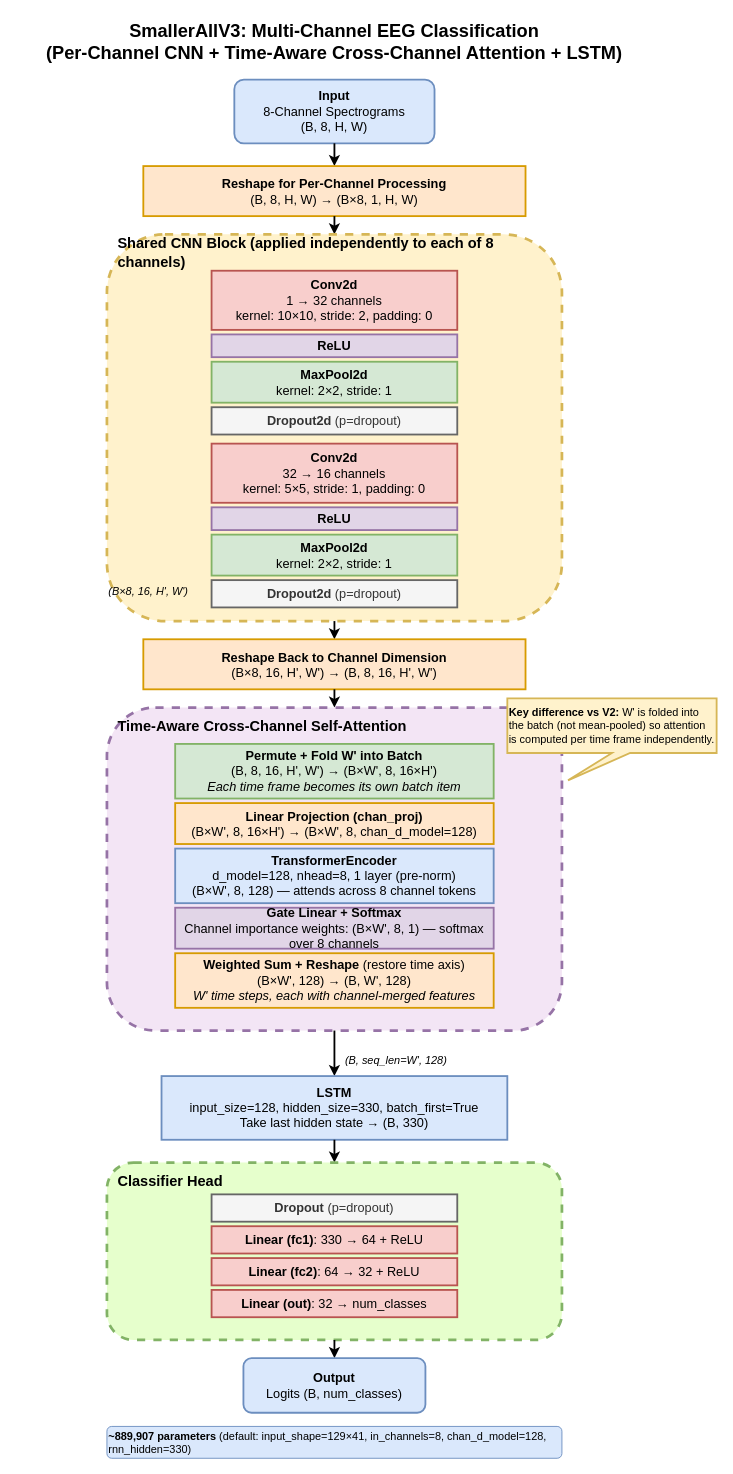
Earlier version of the draw.io diagram docs/architecture-diagrams/SmallerAllV3_architecture.drawio (mtichavsky/eeg). Source tidied: cells renumbered, new cells numbered last; positions are measured from the earlier drawing's top-left corner, leaving out a move shared by most shapes. Both pictures are drawn from the tidied source at 91%, with x=0, y=0 at pixel (15, 15).
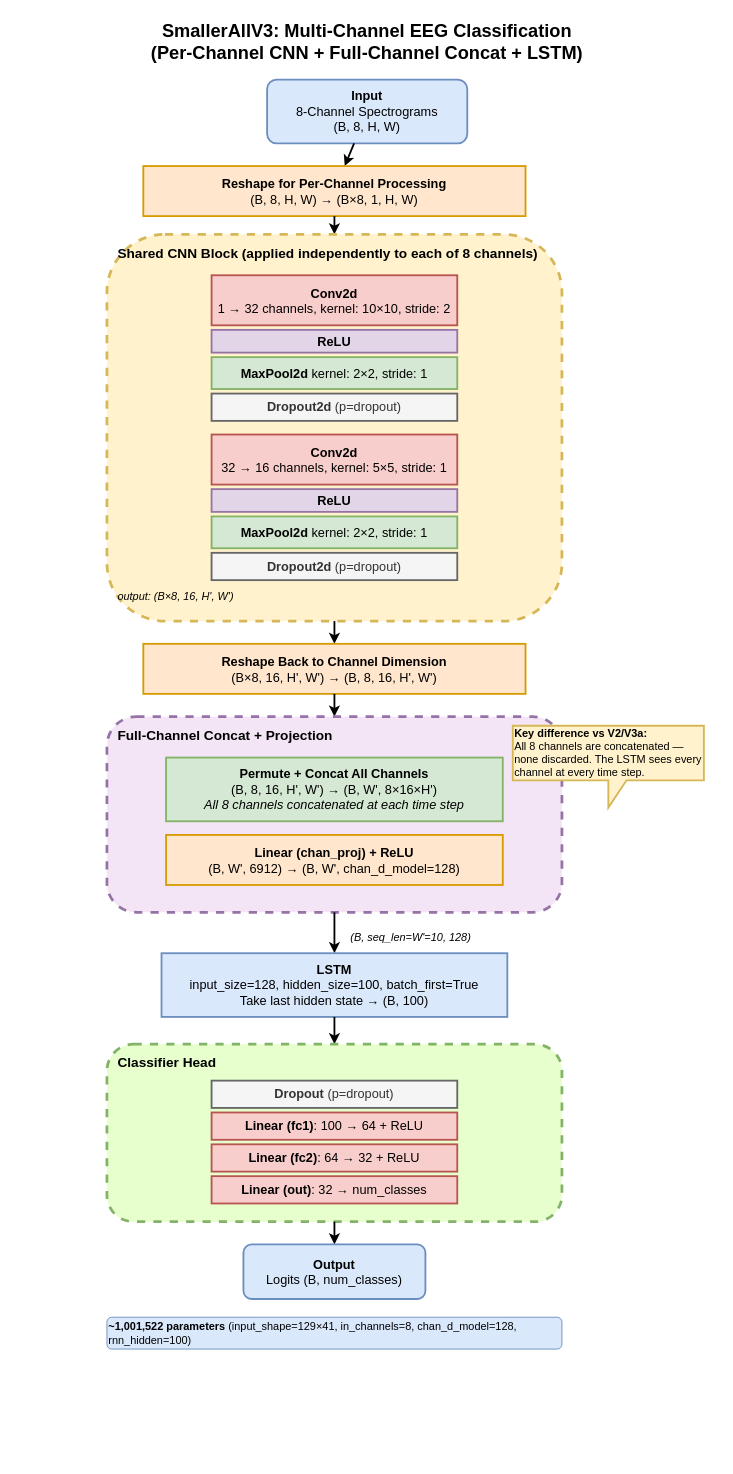
The same diagram, later.

Commit message (it also covers changes not shown here):
Add architecture diagrams and expand API docs

The change refers to these unchanged cells:
```xml
<mxCell id="5" value="&lt;font style=&quot;font-size: 14px;&quot;&gt;&lt;b&gt;Reshape for Per-Channel Processing&lt;/b&gt;&lt;br&gt;(B, 8, H, W) → (B×8, 1, H, W)&lt;/font&gt;" style="rounded=0;whiteSpace=wrap;html=1;fillColor=#ffe6cc;strokeColor=#d79b00;strokeWidth=2;" parent="1" vertex="1">
  <mxGeometry x="140" y="165" width="420" height="55" as="geometry" />
</mxCell>
```

The edit, as a diff of the source:
```diff
@@
-    <mxCell id="2" value="SmallerAllV3: Multi-Channel EEG Classification&lt;br&gt;(Per-Channel CNN + Time-Aware Cross-Channel Attention + LSTM)" style="text;html=1;strokeColor=none;fillColor=none;align=center;verticalAlign=middle;whiteSpace=wrap;rounded=0;fontSize=20;fontStyle=1;" parent="1" vertex="1">
-      <mxGeometry width="700" height="55" as="geometry" />
+    <mxCell id="2" value="SmallerAllV3: Multi-Channel EEG Classification&lt;br&gt;(Per-Channel CNN + Full-Channel Concat + LSTM)" style="text;html=1;strokeColor=none;fillColor=none;align=center;verticalAlign=middle;whiteSpace=wrap;rounded=0;fontSize=20;fontStyle=1;" parent="1" vertex="1">
+      <mxGeometry x="36" width="700" height="55" as="geometry" />
     </mxCell>
-    <mxCell id="3" value="&lt;font style=&quot;font-size: 14px;&quot;&gt;&lt;b&gt;Input&lt;/b&gt;&lt;br&gt;8-Channel Spectrograms&lt;br&gt;(B, 8, H, W)&lt;/font&gt;" style="rounded=1;whiteSpace=wrap;html=1;fillColor=#dae8fc;strokeColor=#6c8ebf;strokeWidth=2;" parent="1" vertex="1">
-      <mxGeometry x="240" y="70" width="220" height="70" as="geometry" />
+    <mxCell id="3" value="&lt;b&gt;&lt;font style=&quot;font-size: 14px;&quot;&gt;Input&lt;/font&gt;&lt;/b&gt;&lt;br&gt;&lt;font style=&quot;font-size: 14px;&quot;&gt;8-Channel Spectrograms&lt;br&gt;(B, 8, H, W)&lt;/font&gt;" style="rounded=1;whiteSpace=wrap;html=1;fillColor=#dae8fc;strokeColor=#6c8ebf;strokeWidth=2;" parent="1" vertex="1">
+      <mxGeometry x="276" y="70" width="220" height="70" as="geometry" />
     </mxCell>
-    <mxCell id="4" style="endArrow=classic;html=1;strokeWidth=2;exitX=0.5;exitY=1;exitDx=0;exitDy=0;entryX=0.5;entryY=0;entryDx=0;entryDy=0;" parent="1" edge="1" source="3" target="5">
+    <mxCell id="4" style="endArrow=classic;html=1;strokeWidth=2;" parent="1" edge="1" source="3" target="5">
       <mxGeometry relative="1" as="geometry" />
     </mxCell>
@@
-    <mxCell id="6" style="endArrow=classic;html=1;strokeWidth=2;exitX=0.5;exitY=1;exitDx=0;exitDy=0;entryX=0.5;entryY=0;entryDx=0;entryDy=0;" parent="1" edge="1" source="5" target="7">
+    <mxCell id="6" style="endArrow=classic;html=1;strokeWidth=2;" parent="1" edge="1" source="5" target="7">
       <mxGeometry relative="1" as="geometry" />
     </mxCell>
-    <mxCell id="7" style="rounded=1;whiteSpace=wrap;html=1;fillColor=#fff2cc;strokeColor=#d6b656;strokeWidth=3;dashed=1;" parent="1" vertex="1">
+    <mxCell id="7" style="rounded=1;whiteSpace=wrap;html=1;fillColor=#fff2cc;strokeColor=#d6b656;strokeWidth=3;dashed=1;verticalAlign=top;" parent="1" vertex="1">
       <mxGeometry x="100" y="240" width="500" height="425" as="geometry" />
     </mxCell>
-    <mxCell id="8" value="&lt;b style=&quot;font-size: 16px;&quot;&gt;Shared CNN Block (applied independently to each of 8 channels)&lt;/b&gt;" style="text;html=1;strokeColor=none;fillColor=none;align=left;verticalAlign=middle;whiteSpace=wrap;rounded=0;fontSize=16;" parent="1" vertex="1">
-      <mxGeometry x="110" y="245" width="470" height="30" as="geometry" />
+    <mxCell id="8" value="Shared CNN Block (applied independently to each of 8 channels)" style="text;html=1;strokeColor=none;fillColor=none;align=left;verticalAlign=middle;whiteSpace=wrap;rounded=0;fontSize=15;fontStyle=1;" parent="7" vertex="1">
+      <mxGeometry x="10" y="5" width="480" height="30" as="geometry" />
     </mxCell>
-    <mxCell id="9" value="&lt;font style=&quot;font-size: 14px;&quot;&gt;&lt;b&gt;Conv2d&lt;/b&gt;&lt;br&gt;1 → 32 channels&lt;br&gt;kernel: 10×10, stride: 2, padding: 0&lt;/font&gt;" style="rounded=0;whiteSpace=wrap;html=1;fillColor=#f8cecc;strokeColor=#b85450;strokeWidth=2;" parent="1" vertex="1">
-      <mxGeometry x="215" y="280" width="270" height="65" as="geometry" />
+    <mxCell id="9" value="&lt;font style=&quot;font-size: 14px;&quot;&gt;&lt;b&gt;Conv2d&lt;/b&gt;&lt;br&gt;1 → 32 channels, kernel: 10×10, stride: 2&lt;/font&gt;" style="rounded=0;whiteSpace=wrap;html=1;fillColor=#f8cecc;strokeColor=#b85450;strokeWidth=2;" parent="7" vertex="1">
+      <mxGeometry x="115" y="45" width="270" height="55" as="geometry" />
     </mxCell>
-    <mxCell id="10" value="&lt;font style=&quot;font-size: 14px;&quot;&gt;&lt;b&gt;ReLU&lt;/b&gt;&lt;/font&gt;" style="rounded=0;whiteSpace=wrap;html=1;fillColor=#e1d5e7;strokeColor=#9673a6;strokeWidth=2;" parent="1" vertex="1">
-      <mxGeometry x="215" y="350" width="270" height="25" as="geometry" />
+    <mxCell id="10" value="&lt;font style=&quot;font-size: 14px;&quot;&gt;&lt;b&gt;ReLU&lt;/b&gt;&lt;/font&gt;" style="rounded=0;whiteSpace=wrap;html=1;fillColor=#e1d5e7;strokeColor=#9673a6;strokeWidth=2;" parent="7" vertex="1">
+      <mxGeometry x="115" y="105" width="270" height="25" as="geometry" />
     </mxCell>
-    <mxCell id="11" value="&lt;font style=&quot;font-size: 14px;&quot;&gt;&lt;b&gt;MaxPool2d&lt;/b&gt;&lt;br&gt;kernel: 2×2, stride: 1&lt;/font&gt;" style="rounded=0;whiteSpace=wrap;html=1;fillColor=#d5e8d4;strokeColor=#82b366;strokeWidth=2;" parent="1" vertex="1">
-      <mxGeometry x="215" y="380" width="270" height="45" as="geometry" />
+    <mxCell id="11" value="&lt;font style=&quot;font-size: 14px;&quot;&gt;&lt;b&gt;MaxPool2d&lt;/b&gt; kernel: 2×2, stride: 1&lt;/font&gt;" style="rounded=0;whiteSpace=wrap;html=1;fillColor=#d5e8d4;strokeColor=#82b366;strokeWidth=2;" parent="7" vertex="1">
+      <mxGeometry x="115" y="135" width="270" height="35" as="geometry" />
     </mxCell>
-    <mxCell id="12" value="&lt;font style=&quot;font-size: 14px;&quot;&gt;&lt;b&gt;Dropout2d&lt;/b&gt; (p=dropout)&lt;/font&gt;" style="rounded=0;whiteSpace=wrap;html=1;fillColor=#f5f5f5;strokeColor=#666666;strokeWidth=2;fontColor=#333333;" parent="1" vertex="1">
-      <mxGeometry x="215" y="430" width="270" height="30" as="geometry" />
+    <mxCell id="12" value="&lt;font style=&quot;font-size: 14px;&quot;&gt;&lt;b&gt;Dropout2d&lt;/b&gt; (p=dropout)&lt;/font&gt;" style="rounded=0;whiteSpace=wrap;html=1;fillColor=#f5f5f5;strokeColor=#666666;strokeWidth=2;fontColor=#333333;" parent="7" vertex="1">
+      <mxGeometry x="115" y="175" width="270" height="30" as="geometry" />
     </mxCell>
-    <mxCell id="13" value="&lt;font style=&quot;font-size: 14px;&quot;&gt;&lt;b&gt;Conv2d&lt;/b&gt;&lt;br&gt;32 → 16 channels&lt;br&gt;kernel: 5×5, stride: 1, padding: 0&lt;/font&gt;" style="rounded=0;whiteSpace=wrap;html=1;fillColor=#f8cecc;strokeColor=#b85450;strokeWidth=2;" parent="1" vertex="1">
-      <mxGeometry x="215" y="470" width="270" height="65" as="geometry" />
+    <mxCell id="13" value="&lt;font style=&quot;font-size: 14px;&quot;&gt;&lt;b&gt;Conv2d&lt;/b&gt;&lt;br&gt;32 → 16 channels, kernel: 5×5, stride: 1&lt;/font&gt;" style="rounded=0;whiteSpace=wrap;html=1;fillColor=#f8cecc;strokeColor=#b85450;strokeWidth=2;" parent="7" vertex="1">
+      <mxGeometry x="115" y="220" width="270" height="55" as="geometry" />
     </mxCell>
-    <mxCell id="14" value="&lt;font style=&quot;font-size: 14px;&quot;&gt;&lt;b&gt;ReLU&lt;/b&gt;&lt;/font&gt;" style="rounded=0;whiteSpace=wrap;html=1;fillColor=#e1d5e7;strokeColor=#9673a6;strokeWidth=2;" parent="1" vertex="1">
-      <mxGeometry x="215" y="540" width="270" height="25" as="geometry" />
+    <mxCell id="14" value="&lt;font style=&quot;font-size: 14px;&quot;&gt;&lt;b&gt;ReLU&lt;/b&gt;&lt;/font&gt;" style="rounded=0;whiteSpace=wrap;html=1;fillColor=#e1d5e7;strokeColor=#9673a6;strokeWidth=2;" parent="7" vertex="1">
+      <mxGeometry x="115" y="280" width="270" height="25" as="geometry" />
     </mxCell>
-    <mxCell id="15" value="&lt;font style=&quot;font-size: 14px;&quot;&gt;&lt;b&gt;MaxPool2d&lt;/b&gt;&lt;br&gt;kernel: 2×2, stride: 1&lt;/font&gt;" style="rounded=0;whiteSpace=wrap;html=1;fillColor=#d5e8d4;strokeColor=#82b366;strokeWidth=2;" parent="1" vertex="1">
-      <mxGeometry x="215" y="570" width="270" height="45" as="geometry" />
+    <mxCell id="15" value="&lt;font style=&quot;font-size: 14px;&quot;&gt;&lt;b&gt;MaxPool2d&lt;/b&gt; kernel: 2×2, stride: 1&lt;/font&gt;" style="rounded=0;whiteSpace=wrap;html=1;fillColor=#d5e8d4;strokeColor=#82b366;strokeWidth=2;" parent="7" vertex="1">
+      <mxGeometry x="115" y="310" width="270" height="35" as="geometry" />
     </mxCell>
-    <mxCell id="16" value="&lt;font style=&quot;font-size: 14px;&quot;&gt;&lt;b&gt;Dropout2d&lt;/b&gt; (p=dropout)&lt;/font&gt;" style="rounded=0;whiteSpace=wrap;html=1;fillColor=#f5f5f5;strokeColor=#666666;strokeWidth=2;fontColor=#333333;" parent="1" vertex="1">
-      <mxGeometry x="215" y="620" width="270" height="30" as="geometry" />
+    <mxCell id="16" value="&lt;font style=&quot;font-size: 14px;&quot;&gt;&lt;b&gt;Dropout2d&lt;/b&gt; (p=dropout)&lt;/font&gt;" style="rounded=0;whiteSpace=wrap;html=1;fillColor=#f5f5f5;strokeColor=#666666;strokeWidth=2;fontColor=#333333;" parent="7" vertex="1">
+      <mxGeometry x="115" y="350" width="270" height="30" as="geometry" />
     </mxCell>
-    <mxCell id="17" value="&lt;font style=&quot;font-size: 12px;&quot;&gt;&lt;i&gt;(B×8, 16, H', W')&lt;/i&gt;&lt;/font&gt;" style="text;html=1;strokeColor=none;fillColor=none;align=left;verticalAlign=middle;whiteSpace=wrap;rounded=0;" parent="1" vertex="1">
-      <mxGeometry x="100" y="620" width="120" height="25" as="geometry" />
+    <mxCell id="17" value="&lt;i&gt;&lt;font style=&quot;font-size: 12px;&quot;&gt;output: (B×8, 16, H', W')&lt;/font&gt;&lt;/i&gt;" style="text;html=1;strokeColor=none;fillColor=none;align=left;verticalAlign=middle;whiteSpace=wrap;rounded=0;" parent="7" vertex="1">
+      <mxGeometry x="10" y="385" width="180" height="25" as="geometry" />
     </mxCell>
-    <mxCell id="18" style="endArrow=classic;html=1;strokeWidth=2;exitX=0.5;exitY=1;exitDx=0;exitDy=0;entryX=0.5;entryY=0;entryDx=0;entryDy=0;" parent="1" edge="1" source="7" target="19">
+    <mxCell id="18" style="endArrow=classic;html=1;strokeWidth=2;" parent="1" edge="1" source="7" target="19">
       <mxGeometry relative="1" as="geometry" />
     </mxCell>
     <mxCell id="19" value="&lt;font style=&quot;font-size: 14px;&quot;&gt;&lt;b&gt;Reshape Back to Channel Dimension&lt;/b&gt;&lt;br&gt;(B×8, 16, H', W') → (B, 8, 16, H', W')&lt;/font&gt;" style="rounded=0;whiteSpace=wrap;html=1;fillColor=#ffe6cc;strokeColor=#d79b00;strokeWidth=2;" parent="1" vertex="1">
-      <mxGeometry x="140" y="685" width="420" height="55" as="geometry" />
+      <mxGeometry x="140" y="690" width="420" height="55" as="geometry" />
     </mxCell>
-    <mxCell id="20" style="endArrow=classic;html=1;strokeWidth=2;exitX=0.5;exitY=1;exitDx=0;exitDy=0;entryX=0.5;entryY=0;entryDx=0;entryDy=0;" parent="1" edge="1" source="19" target="21">
+    <mxCell id="20" style="endArrow=classic;html=1;strokeWidth=2;" parent="1" edge="1" source="19" target="42">
       <mxGeometry relative="1" as="geometry" />
     </mxCell>
-    <mxCell id="21" style="rounded=1;whiteSpace=wrap;html=1;fillColor=#f3e5f5;strokeColor=#9673a6;strokeWidth=3;dashed=1;" parent="1" vertex="1">
-      <mxGeometry x="100" y="760" width="500" height="355" as="geometry" />
-    </mxCell>
-    <mxCell id="22" value="&lt;b style=&quot;font-size: 16px;&quot;&gt;Time-Aware Cross-Channel Self-Attention&lt;/b&gt;" style="text;html=1;strokeColor=none;fillColor=none;align=left;verticalAlign=middle;whiteSpace=wrap;rounded=0;fontSize=16;" parent="1" vertex="1">
-      <mxGeometry x="110" y="765" width="400" height="30" as="geometry" />
-    </mxCell>
-    <mxCell id="23" value="&lt;b&gt;Key difference vs V2:&lt;/b&gt; W' is folded into&lt;br&gt;the batch (not mean-pooled) so attention&lt;br&gt;is computed per time frame independently." style="shape=callout;whiteSpace=wrap;html=1;fillColor=#fff2cc;strokeColor=#d6b656;strokeWidth=2;fontSize=12;align=left;position2=0.29;" parent="1" vertex="1">
-      <mxGeometry x="540" y="750" width="230" height="90" as="geometry" />
-    </mxCell>
-    <mxCell id="24" value="&lt;font style=&quot;font-size: 14px;&quot;&gt;&lt;b&gt;Permute + Fold W' into Batch&lt;/b&gt;&lt;br&gt;(B, 8, 16, H', W') → (B×W', 8, 16×H')&lt;br&gt;&lt;i&gt;Each time frame becomes its own batch item&lt;/i&gt;&lt;/font&gt;" style="rounded=0;whiteSpace=wrap;html=1;fillColor=#d5e8d4;strokeColor=#82b366;strokeWidth=2;" parent="1" vertex="1">
-      <mxGeometry x="175" y="800" width="350" height="60" as="geometry" />
-    </mxCell>
-    <mxCell id="25" value="&lt;font style=&quot;font-size: 14px;&quot;&gt;&lt;b&gt;Linear Projection (chan_proj)&lt;/b&gt;&lt;br&gt;(B×W', 8, 16×H') → (B×W', 8, chan_d_model=128)&lt;/font&gt;" style="rounded=0;whiteSpace=wrap;html=1;fillColor=#ffe6cc;strokeColor=#d79b00;strokeWidth=2;" parent="1" vertex="1">
-      <mxGeometry x="175" y="865" width="350" height="45" as="geometry" />
-    </mxCell>
-    <mxCell id="26" value="&lt;font style=&quot;font-size: 14px;&quot;&gt;&lt;b&gt;TransformerEncoder&lt;/b&gt;&lt;br&gt;d_model=128, nhead=8, 1 layer (pre-norm)&lt;br&gt;(B×W', 8, 128)  — attends across 8 channel tokens&lt;/font&gt;" style="rounded=0;whiteSpace=wrap;html=1;fillColor=#dae8fc;strokeColor=#6c8ebf;strokeWidth=2;" parent="1" vertex="1">
-      <mxGeometry x="175" y="915" width="350" height="60" as="geometry" />
-    </mxCell>
-    <mxCell id="27" value="&lt;font style=&quot;font-size: 14px;&quot;&gt;&lt;b&gt;Gate Linear + Softmax&lt;/b&gt;&lt;br&gt;Channel importance weights: (B×W', 8, 1) — softmax over 8 channels&lt;/font&gt;" style="rounded=0;whiteSpace=wrap;html=1;fillColor=#e1d5e7;strokeColor=#9673a6;strokeWidth=2;" parent="1" vertex="1">
-      <mxGeometry x="175" y="980" width="350" height="45" as="geometry" />
-    </mxCell>
-    <mxCell id="28" value="&lt;font style=&quot;font-size: 14px;&quot;&gt;&lt;b&gt;Weighted Sum + Reshape&lt;/b&gt; (restore time axis)&lt;br&gt;(B×W', 128) → (B, W', 128)&lt;br&gt;&lt;i&gt;W' time steps, each with channel-merged features&lt;/i&gt;&lt;/font&gt;" style="rounded=0;whiteSpace=wrap;html=1;fillColor=#ffe6cc;strokeColor=#d79b00;strokeWidth=2;" parent="1" vertex="1">
-      <mxGeometry x="175" y="1030" width="350" height="60" as="geometry" />
-    </mxCell>
+    <mxCell id="42" style="rounded=1;whiteSpace=wrap;html=1;fillColor=#f3e5f5;strokeColor=#9673a6;strokeWidth=3;dashed=1;" parent="1" vertex="1">
+      <mxGeometry x="100" y="770" width="500" height="215" as="geometry" />
+    </mxCell>
+    <mxCell id="43" value="Full-Channel Concat + Projection" style="text;html=1;strokeColor=none;fillColor=none;align=left;verticalAlign=middle;whiteSpace=wrap;rounded=0;fontSize=15;fontStyle=1;" parent="42" vertex="1">
+      <mxGeometry x="10" y="5" width="380" height="30" as="geometry" />
+    </mxCell>
+    <mxCell id="44" value="&lt;font style=&quot;font-size: 14px;&quot;&gt;&lt;b&gt;Permute + Concat All Channels&lt;/b&gt;&lt;br&gt;(B, 8, 16, H', W') → (B, W', 8×16×H')&lt;br&gt;&lt;i&gt;All 8 channels concatenated at each time step&lt;/i&gt;&lt;/font&gt;" style="rounded=0;whiteSpace=wrap;html=1;fillColor=#d5e8d4;strokeColor=#82b366;strokeWidth=2;" parent="42" vertex="1">
+      <mxGeometry x="65" y="45" width="370" height="70" as="geometry" />
+    </mxCell>
+    <mxCell id="45" value="&lt;font style=&quot;font-size: 14px;&quot;&gt;&lt;b&gt;Linear (chan_proj) + ReLU&lt;/b&gt;&lt;br&gt;(B, W', 6912) → (B, W', chan_d_model=128)&lt;/font&gt;" style="rounded=0;whiteSpace=wrap;html=1;fillColor=#ffe6cc;strokeColor=#d79b00;strokeWidth=2;" parent="42" vertex="1">
+      <mxGeometry x="65" y="130" width="370" height="55" as="geometry" />
+    </mxCell>
+    <mxCell id="46" value="&lt;b&gt;Key difference vs V2/V3a:&lt;/b&gt;&lt;br&gt;All 8 channels are concatenated — none discarded. The LSTM sees every channel at every time step." style="shape=callout;whiteSpace=wrap;html=1;fillColor=#fff2cc;strokeColor=#d6b656;strokeWidth=2;fontSize=12;align=left;" parent="1" vertex="1">
+      <mxGeometry x="546" y="780" width="210" height="90" as="geometry" />
+    </mxCell>
+    <mxCell id="30" value="&lt;i&gt;&lt;font style=&quot;font-size: 12px;&quot;&gt;(B, seq_len=W'=10, 128)&lt;/font&gt;&lt;/i&gt;" style="text;html=1;strokeColor=none;fillColor=none;align=left;verticalAlign=middle;whiteSpace=wrap;rounded=0;" parent="1" vertex="1">
+      <mxGeometry x="366" y="1000" width="180" height="25" as="geometry" />
+    </mxCell>
-    <mxCell id="29" style="endArrow=classic;html=1;strokeWidth=2;exitX=0.5;exitY=1;exitDx=0;exitDy=0;entryX=0.5;entryY=0;entryDx=0;entryDy=0;" parent="1" edge="1" source="21" target="31">
+    <mxCell id="29" style="endArrow=classic;html=1;strokeWidth=2;" parent="1" edge="1" source="42" target="31">
       <mxGeometry relative="1" as="geometry" />
     </mxCell>
-    <mxCell id="30" value="&lt;font style=&quot;font-size: 12px;&quot;&gt;&lt;i&gt;(B, seq_len=W', 128)&lt;/i&gt;&lt;/font&gt;" style="text;html=1;strokeColor=none;fillColor=none;align=left;verticalAlign=middle;whiteSpace=wrap;rounded=0;" parent="1" vertex="1">
-      <mxGeometry x="360" y="1135" width="160" height="25" as="geometry" />
-    </mxCell>
-    <mxCell id="31" value="&lt;font style=&quot;font-size: 14px;&quot;&gt;&lt;b&gt;LSTM&lt;/b&gt;&lt;br&gt;input_size=128, hidden_size=330, batch_first=True&lt;br&gt;Take last hidden state → (B, 330)&lt;/font&gt;" style="rounded=0;whiteSpace=wrap;html=1;fillColor=#dae8fc;strokeColor=#6c8ebf;strokeWidth=2;" parent="1" vertex="1">
-      <mxGeometry x="160" y="1165" width="380" height="70" as="geometry" />
+    <mxCell id="31" value="&lt;font style=&quot;font-size: 14px;&quot;&gt;&lt;b&gt;LSTM&lt;/b&gt;&lt;br&gt;input_size=128, hidden_size=100, batch_first=True&lt;br&gt;Take last hidden state → (B, 100)&lt;/font&gt;" style="rounded=0;whiteSpace=wrap;html=1;fillColor=#dae8fc;strokeColor=#6c8ebf;strokeWidth=2;" parent="1" vertex="1">
+      <mxGeometry x="160" y="1030" width="380" height="70" as="geometry" />
     </mxCell>
-    <mxCell id="32" style="endArrow=classic;html=1;strokeWidth=2;exitX=0.5;exitY=1;exitDx=0;exitDy=0;entryX=0.5;entryY=0;entryDx=0;entryDy=0;" parent="1" edge="1" source="31" target="33">
+    <mxCell id="32" style="endArrow=classic;html=1;strokeWidth=2;" parent="1" edge="1" source="31" target="33">
       <mxGeometry relative="1" as="geometry" />
     </mxCell>
     <mxCell id="33" style="rounded=1;whiteSpace=wrap;html=1;fillColor=#e6ffcc;strokeColor=#82b366;strokeWidth=3;dashed=1;" parent="1" vertex="1">
-      <mxGeometry x="100" y="1260" width="500" height="195" as="geometry" />
+      <mxGeometry x="100" y="1130" width="500" height="195" as="geometry" />
     </mxCell>
-    <mxCell id="34" value="&lt;b style=&quot;font-size: 16px;&quot;&gt;Classifier Head&lt;/b&gt;" style="text;html=1;strokeColor=none;fillColor=none;align=left;verticalAlign=middle;whiteSpace=wrap;rounded=0;fontSize=16;" parent="1" vertex="1">
-      <mxGeometry x="110" y="1265" width="140" height="30" as="geometry" />
+    <mxCell id="34" value="Classifier Head" style="text;html=1;strokeColor=none;fillColor=none;align=left;verticalAlign=middle;whiteSpace=wrap;rounded=0;fontSize=15;fontStyle=1;" parent="33" vertex="1">
+      <mxGeometry x="10" y="5" width="200" height="30" as="geometry" />
     </mxCell>
-    <mxCell id="35" value="&lt;font style=&quot;font-size: 14px;&quot;&gt;&lt;b&gt;Dropout&lt;/b&gt; (p=dropout)&lt;/font&gt;" style="rounded=0;whiteSpace=wrap;html=1;fillColor=#f5f5f5;strokeColor=#666666;strokeWidth=2;fontColor=#333333;" parent="1" vertex="1">
-      <mxGeometry x="215" y="1295" width="270" height="30" as="geometry" />
+    <mxCell id="35" value="&lt;font style=&quot;font-size: 14px;&quot;&gt;&lt;b&gt;Dropout&lt;/b&gt; (p=dropout)&lt;/font&gt;" style="rounded=0;whiteSpace=wrap;html=1;fillColor=#f5f5f5;strokeColor=#666666;strokeWidth=2;fontColor=#333333;" parent="33" vertex="1">
+      <mxGeometry x="115" y="40" width="270" height="30" as="geometry" />
     </mxCell>
-    <mxCell id="36" value="&lt;font style=&quot;font-size: 14px;&quot;&gt;&lt;b&gt;Linear (fc1)&lt;/b&gt;: 330 → 64 + ReLU&lt;/font&gt;" style="rounded=0;whiteSpace=wrap;html=1;fillColor=#f8cecc;strokeColor=#b85450;strokeWidth=2;" parent="1" vertex="1">
-      <mxGeometry x="215" y="1330" width="270" height="30" as="geometry" />
+    <mxCell id="36" value="&lt;font style=&quot;font-size: 14px;&quot;&gt;&lt;b&gt;Linear (fc1)&lt;/b&gt;: 100 → 64 + ReLU&lt;/font&gt;" style="rounded=0;whiteSpace=wrap;html=1;fillColor=#f8cecc;strokeColor=#b85450;strokeWidth=2;" parent="33" vertex="1">
+      <mxGeometry x="115" y="75" width="270" height="30" as="geometry" />
     </mxCell>
-    <mxCell id="37" value="&lt;font style=&quot;font-size: 14px;&quot;&gt;&lt;b&gt;Linear (fc2)&lt;/b&gt;: 64 → 32 + ReLU&lt;/font&gt;" style="rounded=0;whiteSpace=wrap;html=1;fillColor=#f8cecc;strokeColor=#b85450;strokeWidth=2;" parent="1" vertex="1">
-      <mxGeometry x="215" y="1365" width="270" height="30" as="geometry" />
+    <mxCell id="37" value="&lt;font style=&quot;font-size: 14px;&quot;&gt;&lt;b&gt;Linear (fc2)&lt;/b&gt;: 64 → 32 + ReLU&lt;/font&gt;" style="rounded=0;whiteSpace=wrap;html=1;fillColor=#f8cecc;strokeColor=#b85450;strokeWidth=2;" parent="33" vertex="1">
+      <mxGeometry x="115" y="110" width="270" height="30" as="geometry" />
     </mxCell>
-    <mxCell id="38" value="&lt;font style=&quot;font-size: 14px;&quot;&gt;&lt;b&gt;Linear (out)&lt;/b&gt;: 32 → num_classes&lt;/font&gt;" style="rounded=0;whiteSpace=wrap;html=1;fillColor=#f8cecc;strokeColor=#b85450;strokeWidth=2;" parent="1" vertex="1">
-      <mxGeometry x="215" y="1400" width="270" height="30" as="geometry" />
+    <mxCell id="38" value="&lt;font style=&quot;font-size: 14px;&quot;&gt;&lt;b&gt;Linear (out)&lt;/b&gt;: 32 → num_classes&lt;/font&gt;" style="rounded=0;whiteSpace=wrap;html=1;fillColor=#f8cecc;strokeColor=#b85450;strokeWidth=2;" parent="33" vertex="1">
+      <mxGeometry x="115" y="145" width="270" height="30" as="geometry" />
     </mxCell>
-    <mxCell id="39" style="endArrow=classic;html=1;strokeWidth=2;exitX=0.5;exitY=1;exitDx=0;exitDy=0;entryX=0.5;entryY=0;entryDx=0;entryDy=0;" parent="1" edge="1" source="33" target="40">
+    <mxCell id="39" style="endArrow=classic;html=1;strokeWidth=2;" parent="1" edge="1" source="33" target="40">
       <mxGeometry relative="1" as="geometry" />
     </mxCell>
     <mxCell id="40" value="&lt;font style=&quot;font-size: 14px;&quot;&gt;&lt;b&gt;Output&lt;/b&gt;&lt;br&gt;Logits (B, num_classes)&lt;/font&gt;" style="rounded=1;whiteSpace=wrap;html=1;fillColor=#dae8fc;strokeColor=#6c8ebf;strokeWidth=2;" parent="1" vertex="1">
-      <mxGeometry x="250" y="1475" width="200" height="60" as="geometry" />
+      <mxGeometry x="250" y="1350" width="200" height="60" as="geometry" />
     </mxCell>
-    <mxCell id="41" value="&lt;b&gt;~889,907 parameters&lt;/b&gt; (default: input_shape=129×41, in_channels=8, chan_d_model=128, rnn_hidden=330)" style="text;html=1;strokeColor=#6c8ebf;fillColor=#dae8fc;align=left;verticalAlign=middle;whiteSpace=wrap;rounded=1;fontSize=12;" parent="1" vertex="1">
-      <mxGeometry x="100" y="1550" width="500" height="35" as="geometry" />
+    <mxCell id="41" value="&lt;b&gt;~1,001,522 parameters&lt;/b&gt; (input_shape=129×41, in_channels=8, chan_d_model=128, rnn_hidden=100)" style="text;html=1;strokeColor=#6c8ebf;fillColor=#dae8fc;align=left;verticalAlign=middle;whiteSpace=wrap;rounded=1;fontSize=12;" parent="1" vertex="1">
+      <mxGeometry x="100" y="1430" width="500" height="35" as="geometry" />
     </mxCell>
```
